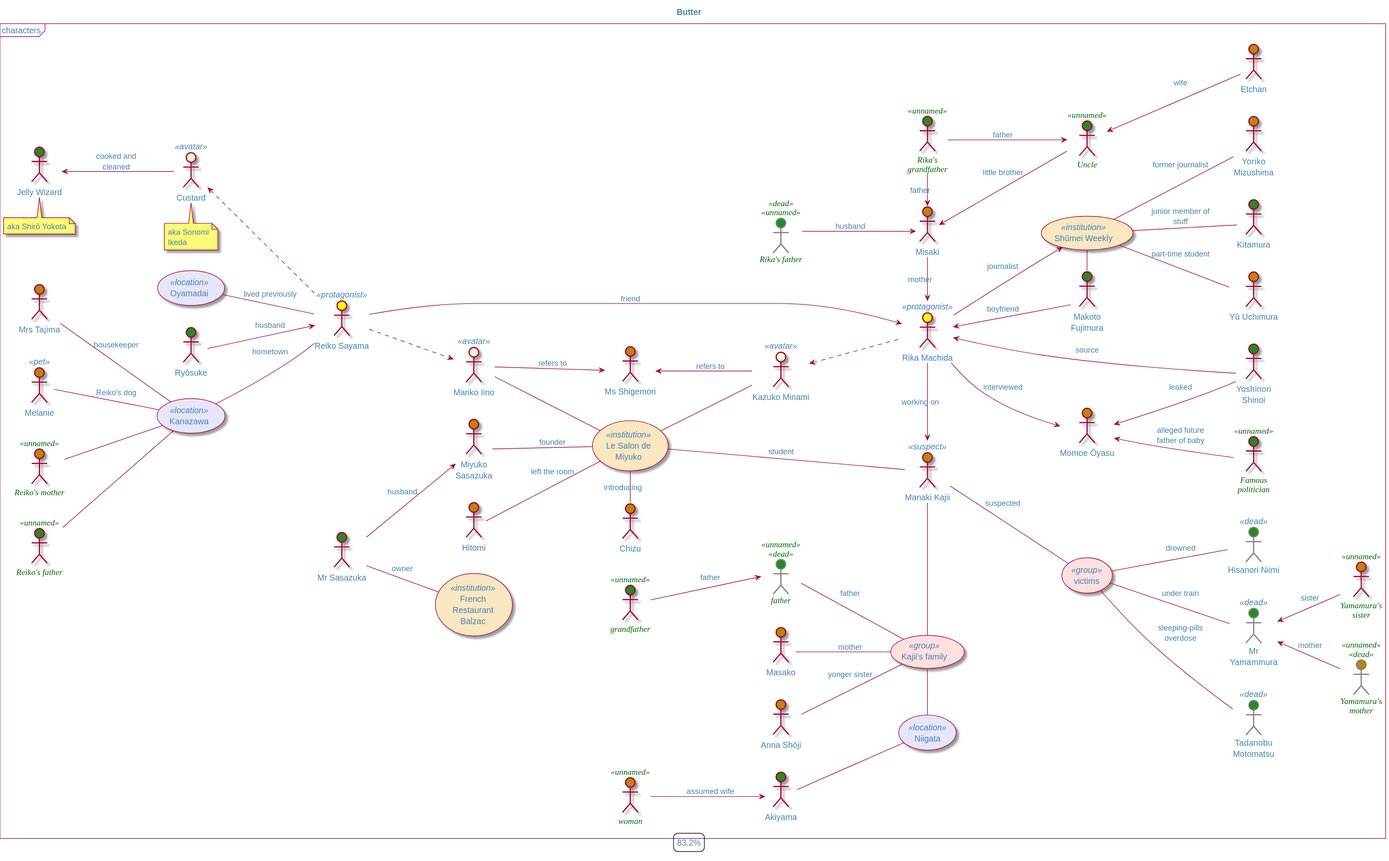
Before: Butter/butter-Butter.svg, a diagram exported from PlantUML (olek3/reading).
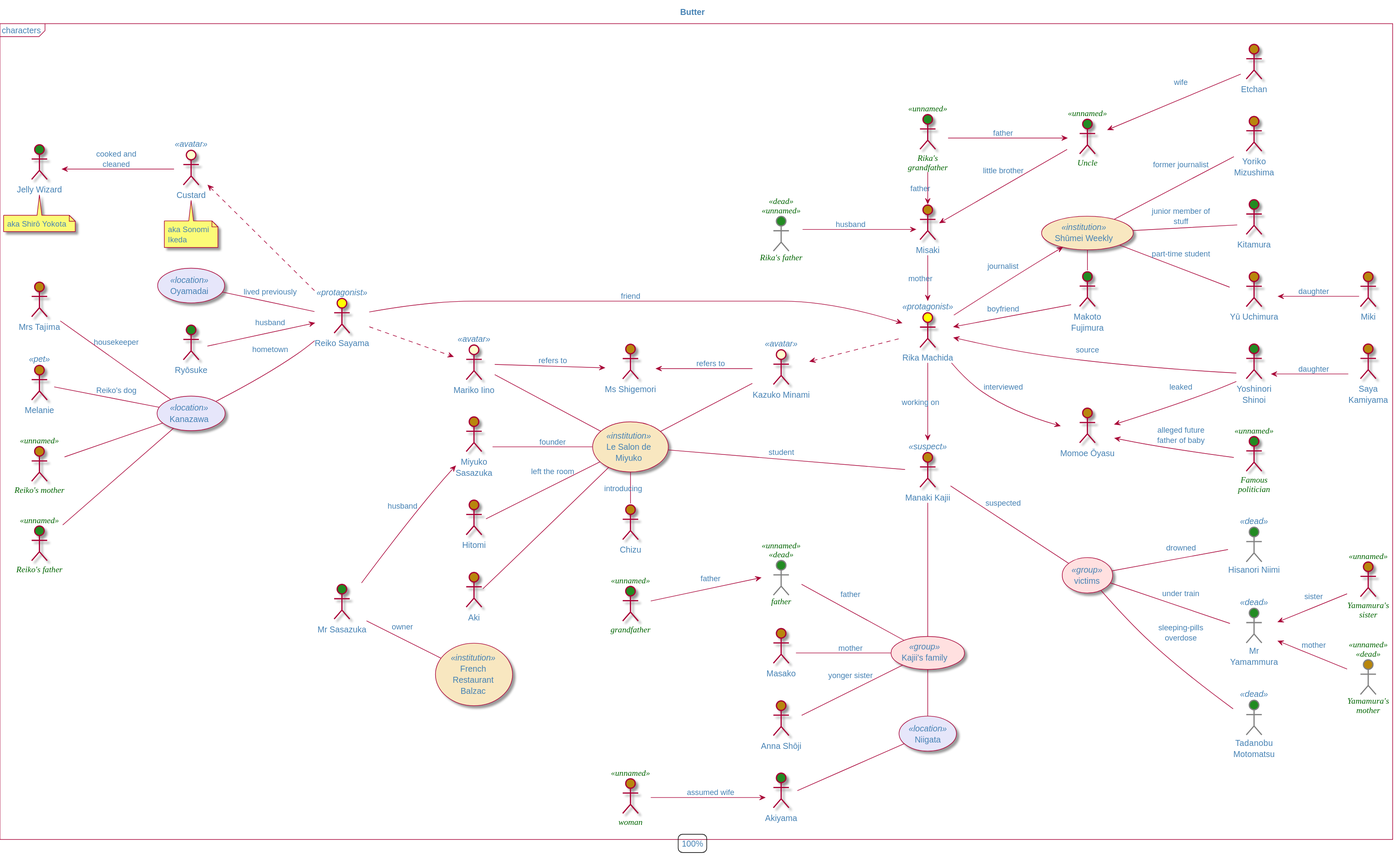
The same file after the commit.

The edit, as a diff of the source:
```diff
@@ -11,7 +11,7 @@
 
 title Butter
 mainframe characters
-legend : 83.2%
+legend : 100%
 
 :Rika Machida: as rika <<protagonist>> $female_protagonist
 :Reiko Sayama: as reiko <<protagonist>> $female_protagonist
@@ -182,4 +182,12 @@
 
 :Chizu: as chizu $female
 salon - chizu : introducing
+:Aki: $female
+Aki -- salon
+
+:Saya Kamiyama: $female
+shinoi <-- :Saya Kamiyama: : daughter
+
+:Miki: $female
+yu <-- :Miki: : daughter
 @enduml
```
